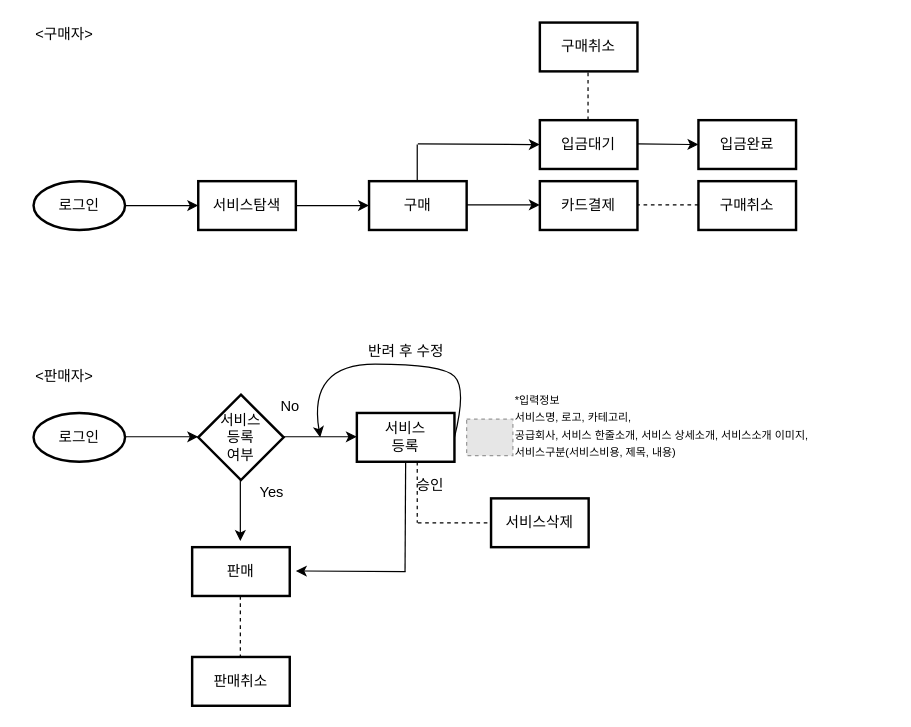
This is 비즈니스나우 컨설팅_수정.drawio from Lucidhomme/TIL, a draw.io file, before an edit. Source tidied: cells renumbered, new cells numbered last; positions are measured from the earlier drawing's top-left corner, leaving out a move shared by most shapes. Both pictures are drawn from the tidied source at 122%, with x=0, y=0 at pixel (21, 22). Pictures stored in the file or linked from it are replaced by grey dashed boxes.
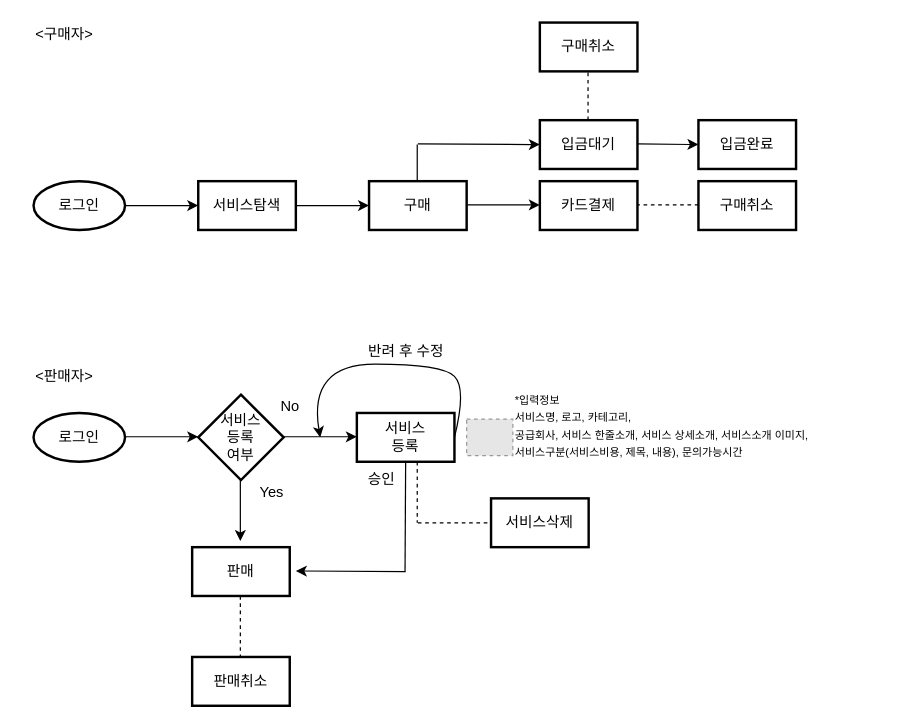
Above is the later version.

Commit message:
Update 비즈니스나우 컨설팅_수정.drawio

What changed in the source:
```diff
@@
     <mxCell id="22" value="승인" style="text;html=1;align=center;verticalAlign=middle;fillColor=none;strokeColor=none;rounded=0;" parent="1" vertex="1">
-      <mxGeometry x="315" y="370" width="40" height="20" as="geometry" />
+      <mxGeometry x="275" y="365" width="40" height="20" as="geometry" />
     </mxCell>
@@
-    <mxCell id="25" value="&lt;font style=&quot;font-size: 9px&quot;&gt;*입력정보&lt;br&gt;&lt;span style=&quot;font-family: &amp;#34;맑은 고딕&amp;#34;&quot;&gt;서비스명&lt;/span&gt;&lt;span style=&quot;font-family: &amp;#34;맑은 고딕&amp;#34;&quot;&gt;, &lt;/span&gt;&lt;span style=&quot;font-family: &amp;#34;맑은 고딕&amp;#34;&quot;&gt;로고&lt;/span&gt;&lt;span style=&quot;font-family: &amp;#34;맑은 고딕&amp;#34;&quot;&gt;, &lt;/span&gt;&lt;span style=&quot;font-family: &amp;#34;맑은 고딕&amp;#34;&quot;&gt;카테고리,&lt;/span&gt;&lt;span style=&quot;font-family: &amp;#34;맑은 고딕&amp;#34;&quot;&gt;&lt;br&gt;&lt;/span&gt;&lt;span style=&quot;font-family: &amp;#34;맑은 고딕&amp;#34;&quot;&gt;공급회사&lt;/span&gt;&lt;span style=&quot;font-family: &amp;#34;맑은 고딕&amp;#34;&quot;&gt;, 서비스 한줄소개,&amp;nbsp;&lt;/span&gt;&lt;span style=&quot;font-family: &amp;#34;맑은 고딕&amp;#34;&quot;&gt;서비스 상세소개&lt;/span&gt;&lt;span style=&quot;font-family: &amp;#34;맑은 고딕&amp;#34;&quot;&gt;, &lt;/span&gt;&lt;span style=&quot;font-family: &amp;#34;맑은 고딕&amp;#34;&quot;&gt;서비스소개 이미지&lt;/span&gt;&lt;span style=&quot;font-family: &amp;#34;맑은 고딕&amp;#34;&quot;&gt;, &lt;br&gt;&lt;/span&gt;&lt;span style=&quot;font-family: &amp;#34;맑은 고딕&amp;#34;&quot;&gt;서비스구분(서비스비용, 제목, 내용)&lt;/span&gt;&lt;/font&gt;" style="text;html=1;align=left;verticalAlign=middle;fillColor=none;strokeColor=none;rounded=0;" parent="1" vertex="1">
+    <mxCell id="25" value="&lt;font style=&quot;font-size: 9px&quot;&gt;*입력정보&lt;br&gt;&lt;span style=&quot;font-family: &amp;#34;맑은 고딕&amp;#34;&quot;&gt;서비스명&lt;/span&gt;&lt;span style=&quot;font-family: &amp;#34;맑은 고딕&amp;#34;&quot;&gt;, &lt;/span&gt;&lt;span style=&quot;font-family: &amp;#34;맑은 고딕&amp;#34;&quot;&gt;로고&lt;/span&gt;&lt;span style=&quot;font-family: &amp;#34;맑은 고딕&amp;#34;&quot;&gt;, &lt;/span&gt;&lt;span style=&quot;font-family: &amp;#34;맑은 고딕&amp;#34;&quot;&gt;카테고리,&lt;/span&gt;&lt;span style=&quot;font-family: &amp;#34;맑은 고딕&amp;#34;&quot;&gt;&lt;br&gt;&lt;/span&gt;&lt;span style=&quot;font-family: &amp;#34;맑은 고딕&amp;#34;&quot;&gt;공급회사&lt;/span&gt;&lt;span style=&quot;font-family: &amp;#34;맑은 고딕&amp;#34;&quot;&gt;, 서비스 한줄소개,&amp;nbsp;&lt;/span&gt;&lt;span style=&quot;font-family: &amp;#34;맑은 고딕&amp;#34;&quot;&gt;서비스 상세소개&lt;/span&gt;&lt;span style=&quot;font-family: &amp;#34;맑은 고딕&amp;#34;&quot;&gt;, &lt;/span&gt;&lt;span style=&quot;font-family: &amp;#34;맑은 고딕&amp;#34;&quot;&gt;서비스소개 이미지&lt;/span&gt;&lt;span style=&quot;font-family: &amp;#34;맑은 고딕&amp;#34;&quot;&gt;, &lt;br&gt;&lt;/span&gt;&lt;span style=&quot;font-family: &amp;#34;맑은 고딕&amp;#34;&quot;&gt;서비스구분(서비스비용, 제목, 내용), 문의가능시간&lt;/span&gt;&lt;/font&gt;" style="text;html=1;align=left;verticalAlign=middle;fillColor=none;strokeColor=none;rounded=0;" parent="1" vertex="1">
       <mxGeometry x="402.9" y="295" width="310" height="70" as="geometry" />
     </mxCell>
```
